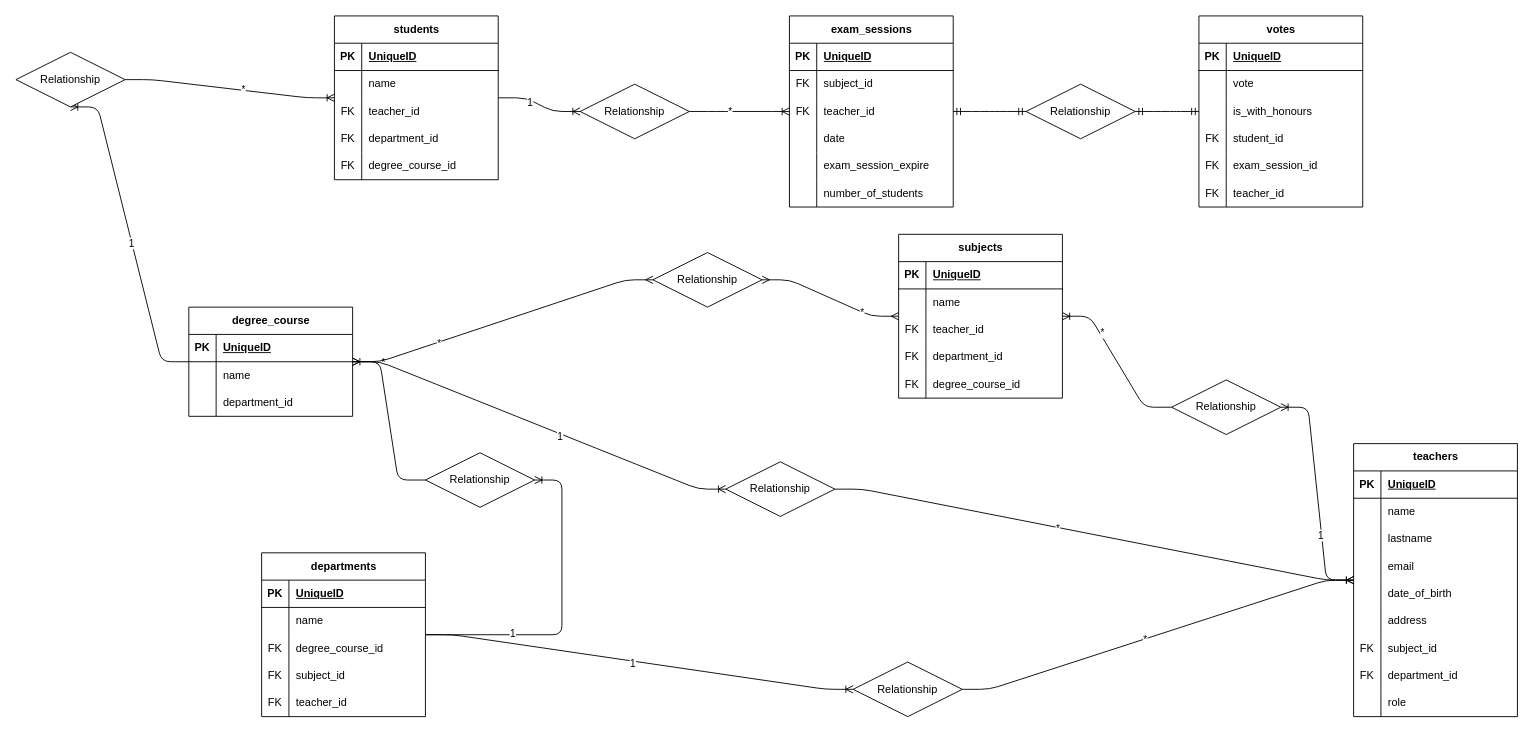
antonella1986/db-university keeps this draw.io diagram as diagrams/diagram.drawio. Above is the earlier version. Source tidied: cells renumbered, new cells numbered last; positions are measured from the earlier drawing's top-left corner, leaving out a move shared by most shapes. Both pictures are drawn from the tidied source at 91%, with x=0, y=0 at pixel (15, 15).
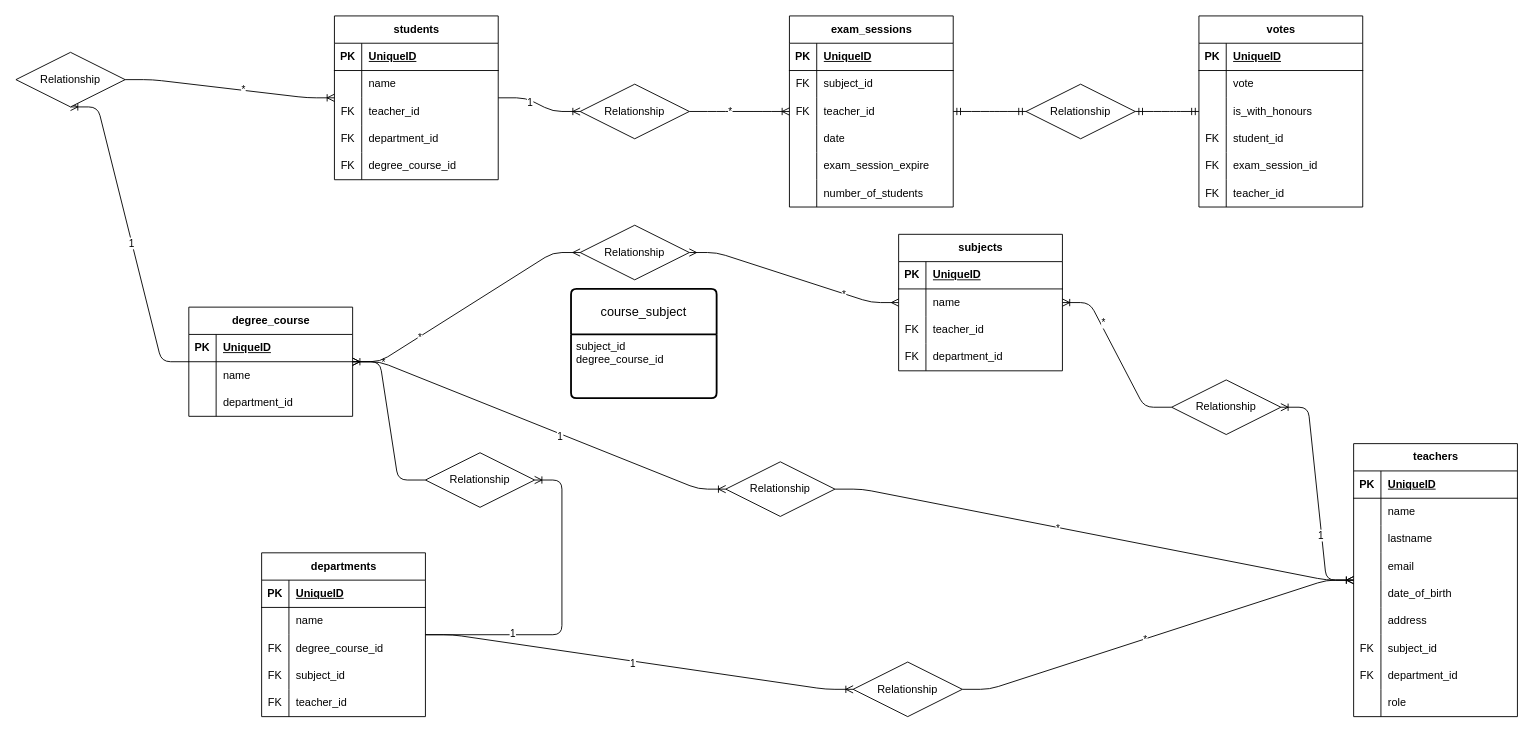
Above is the later version.

Commit message:
add entity table

What changed in the source:
```diff
@@
     <mxCell id="84" value="subjects" style="shape=table;startSize=30;childLayout=tableLayout;rowLines=0;fontStyle=1;align=center;html=1;" parent="1" vertex="1">
-      <mxGeometry x="970" y="240" width="180" height="180" as="geometry" />
+      <mxGeometry x="970" y="240" width="180" height="150" as="geometry" />
     </mxCell>
@@
-    <mxCell id="97" style="shape=tableRow;horizontal=0;startSize=0;swimlaneHead=0;swimlaneBody=0;fillColor=none;top=0;left=0;right=0;bottom=0;" parent="84" vertex="1">
-      <mxGeometry y="150" width="180" height="30" as="geometry" />
-    </mxCell>
-    <mxCell id="98" value="FK" style="shape=partialRectangle;fillColor=none;top=0;left=0;bottom=0;right=0;overflow=hidden;whiteSpace=wrap;html=1;" parent="97" vertex="1">
-      <mxGeometry width="30" height="30" as="geometry" />
-    </mxCell>
-    <mxCell id="99" value="degree_course_id" style="shape=partialRectangle;fillColor=none;top=0;left=0;bottom=0;right=0;align=left;spacingLeft=6;overflow=hidden;whiteSpace=wrap;html=1;" parent="97" vertex="1">
-      <mxGeometry x="30" width="150" height="30" as="geometry" />
-    </mxCell>
@@
     <mxCell id="148" value="Relationship" style="shape=rhombus;perimeter=rhombusPerimeter;whiteSpace=wrap;html=1;align=center;" parent="1" vertex="1">
-      <mxGeometry x="700" y="260" width="120" height="60" as="geometry" />
+      <mxGeometry x="620" y="230" width="120" height="60" as="geometry" />
     </mxCell>
@@
+    <mxCell id="164" value="course_subject" style="swimlane;horizontal=1;startSize=50;rounded=1;fontSize=14;fontStyle=0;strokeWidth=2;shadow=0;dashed=0;align=center;arcSize=4;whiteSpace=wrap;html=1;" parent="1" vertex="1">
+      <mxGeometry x="610" y="300" width="160" height="120" as="geometry" />
+    </mxCell>
+    <mxCell id="165" value="subject_id&lt;div&gt;degree_course_id&lt;/div&gt;" style="align=left;strokeColor=none;fillColor=none;spacingLeft=4;fontSize=12;verticalAlign=top;html=1;" parent="164" vertex="1">
+      <mxGeometry y="50" width="160" height="70" as="geometry" />
+    </mxCell>
```
